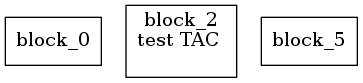
Above: assignment_3/ir.png in DahVoid/DV1655 (Graphviz), before the change. Its source is kept beside it as assignment_3/ir.dot.
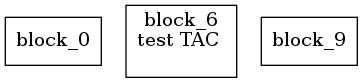
Later version of the same file.

Diff of the diagram source:
```diff
@@ -1,9 +1,9 @@
 digraph G {
 node [shape = box];
 block_0 [label="block_0"];
-block_2 [label="block_2
+block_6 [label="block_6
 test TAC
 
 "];
-block_5 [label="block_5"];
+block_9 [label="block_9"];
 }
```
